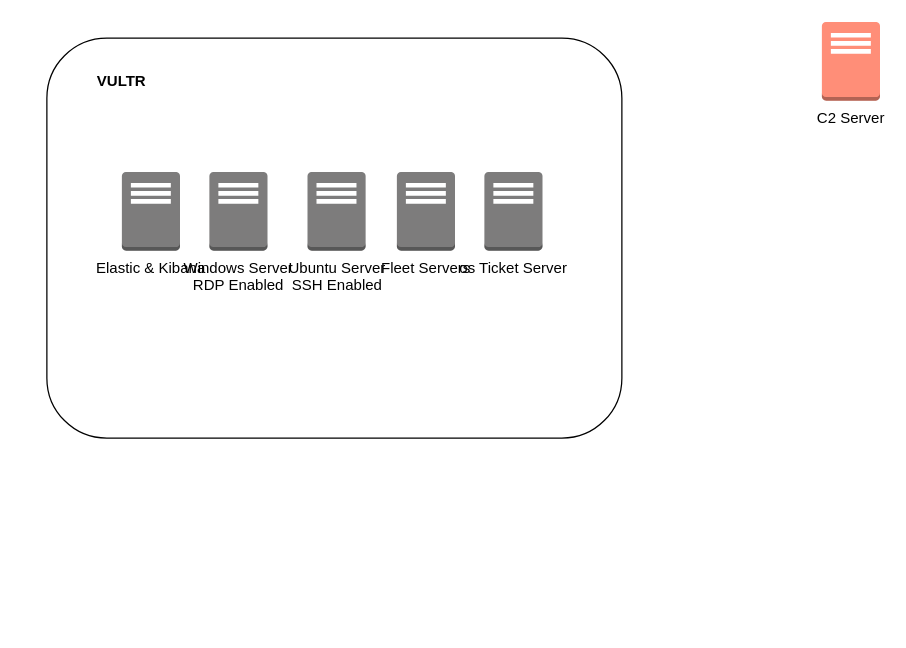
The draw.io diagram 30Day-MyDFIR-Diagram.drawio in GusGomez767/Draw.IOs, before the edit. Source tidied: cells renumbered, new cells numbered last; positions are measured from the earlier drawing's top-left corner, leaving out a move shared by most shapes. Both pictures are drawn from the tidied source at 125%, with x=0, y=0 at pixel (46, 21).
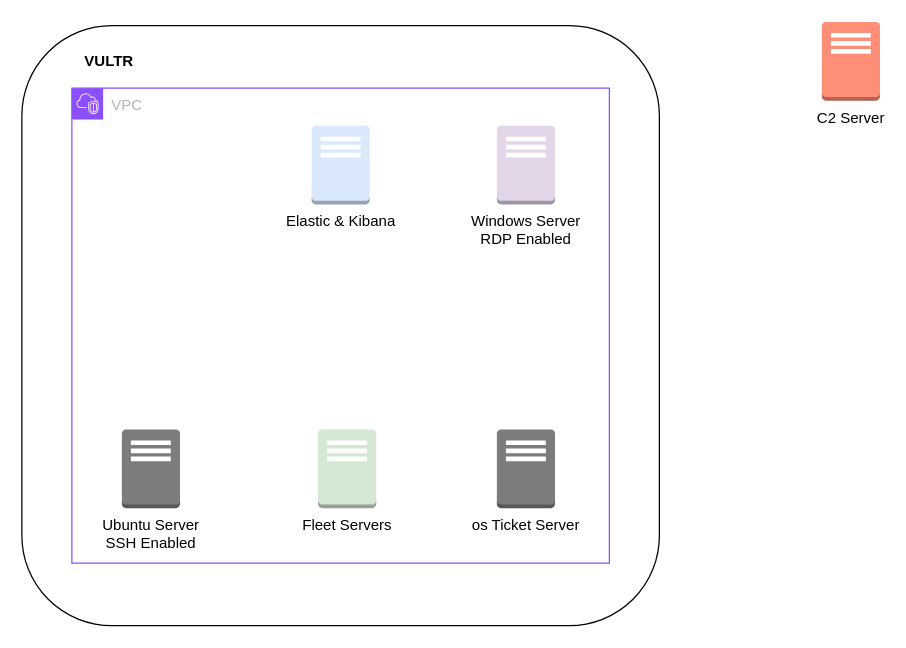
The same diagram, later.

Diff of the diagram source:
```diff
@@
 <mxGraphModel>
   <root>
     <mxCell id="0" />
     <mxCell id="1" parent="0" />
     <mxCell id="2" style="rounded=1;whiteSpace=wrap;html=1;" parent="1" vertex="1">
-      <mxGeometry y="13" width="460" height="320" as="geometry" />
+      <mxGeometry x="-20" y="3" width="510" height="480" as="geometry" />
     </mxCell>
-    <mxCell id="3" value="Fleet Servers" style="dashed=0;verticalLabelPosition=bottom;verticalAlign=top;align=center;html=1;shape=mxgraph.aws3.traditional_server;fillColor=#7D7C7C;gradientColor=none;" parent="1" vertex="1">
-      <mxGeometry x="280" y="120" width="46.5" height="63" as="geometry" />
+    <mxCell id="3" value="Fleet Servers" style="dashed=0;verticalLabelPosition=bottom;verticalAlign=top;align=center;html=1;shape=mxgraph.aws3.traditional_server;fillColor=#d5e8d4;strokeColor=#304226;" parent="1" vertex="1">
+      <mxGeometry x="217" y="326" width="46.5" height="63" as="geometry" />
     </mxCell>
-    <mxCell id="4" value="Ubuntu Server&lt;div&gt;SSH Enabled&lt;/div&gt;" style="dashed=0;verticalLabelPosition=bottom;verticalAlign=top;align=center;html=1;shape=mxgraph.aws3.traditional_server;fillColor=#7D7C7C;gradientColor=none;" parent="1" vertex="1">
-      <mxGeometry x="208.5" y="120" width="46.5" height="63" as="geometry" />
-    </mxCell>
-    <mxCell id="5" value="Windows Server&lt;div&gt;&lt;span style=&quot;background-color: initial;&quot;&gt;RDP Enabled&lt;/span&gt;&lt;/div&gt;" style="dashed=0;verticalLabelPosition=bottom;verticalAlign=top;align=center;html=1;shape=mxgraph.aws3.traditional_server;fillColor=#7D7C7C;gradientColor=none;" parent="1" vertex="1">
-      <mxGeometry x="130" y="120" width="46.5" height="63" as="geometry" />
+    <mxCell id="5" value="Windows Server&lt;div&gt;&lt;span style=&quot;background-color: initial;&quot;&gt;RDP Enabled&lt;/span&gt;&lt;/div&gt;" style="dashed=0;verticalLabelPosition=bottom;verticalAlign=top;align=center;html=1;shape=mxgraph.aws3.traditional_server;fillColor=#e1d5e7;strokeColor=#9673a6;" parent="1" vertex="1">
+      <mxGeometry x="360" y="83" width="46.5" height="63" as="geometry" />
     </mxCell>
+    <mxCell id="8" value="C2 Server" style="dashed=0;verticalLabelPosition=bottom;verticalAlign=top;align=center;html=1;shape=mxgraph.aws3.traditional_server;fillColor=#FF8E78;strokeColor=#d79b00;" parent="1" vertex="1">
+      <mxGeometry x="620" width="46.5" height="63" as="geometry" />
+    </mxCell>
+    <mxCell id="9" value="VULTR" style="text;html=1;align=center;verticalAlign=middle;whiteSpace=wrap;rounded=0;fontStyle=1;" parent="1" vertex="1">
+      <mxGeometry x="20" y="16.5" width="60" height="30" as="geometry" />
+    </mxCell>
+    <mxCell id="10" value="VPC" style="gradientColor=none;html=1;whiteSpace=wrap;fontSize=12;fontStyle=0;shape=mxgraph.aws4.group;grIcon=mxgraph.aws4.group_vpc2;strokeColor=#8C4FFF;fillColor=none;verticalAlign=top;align=left;spacingLeft=30;fontColor=#AAB7B8;dashed=0;" parent="1" vertex="1">
+      <mxGeometry x="20" y="53" width="430" height="380" as="geometry" />
+    </mxCell>
-    <mxCell id="6" value="Elastic &amp;amp; Kibana" style="dashed=0;verticalLabelPosition=bottom;verticalAlign=top;align=center;html=1;shape=mxgraph.aws3.traditional_server;fillColor=#7D7C7C;gradientColor=none;" parent="1" vertex="1">
-      <mxGeometry x="60" y="120" width="46.5" height="63" as="geometry" />
+    <mxCell id="6" value="Elastic &amp;amp; Kibana" style="dashed=0;verticalLabelPosition=bottom;verticalAlign=top;align=center;html=1;shape=mxgraph.aws3.traditional_server;fillColor=#dae8fc;strokeColor=#415573;" parent="10" vertex="1">
+      <mxGeometry x="191.8" y="30" width="46.5" height="63" as="geometry" />
     </mxCell>
-    <mxCell id="7" value="os Ticket Server" style="dashed=0;verticalLabelPosition=bottom;verticalAlign=top;align=center;html=1;shape=mxgraph.aws3.traditional_server;fillColor=#7D7C7C;gradientColor=none;" parent="1" vertex="1">
-      <mxGeometry x="350" y="120" width="46.5" height="63" as="geometry" />
+    <mxCell id="7" value="os Ticket Server" style="dashed=0;verticalLabelPosition=bottom;verticalAlign=top;align=center;html=1;shape=mxgraph.aws3.traditional_server;fillColor=#7D7C7C;gradientColor=none;" parent="10" vertex="1">
+      <mxGeometry x="340" y="273" width="46.5" height="63" as="geometry" />
     </mxCell>
-    <mxCell id="8" value="C2 Server" style="dashed=0;verticalLabelPosition=bottom;verticalAlign=top;align=center;html=1;shape=mxgraph.aws3.traditional_server;fillColor=#FF8E78;strokeColor=#d79b00;" parent="1" vertex="1">
-      <mxGeometry x="620" width="46.5" height="63" as="geometry" />
-    </mxCell>
-    <mxCell id="9" value="VULTR" style="text;html=1;align=center;verticalAlign=middle;whiteSpace=wrap;rounded=0;fontStyle=1;" parent="1" vertex="1">
-      <mxGeometry x="30" y="33" width="60" height="30" as="geometry" />
-    </mxCell>
+    <mxCell id="4" value="Ubuntu Server&lt;div&gt;SSH Enabled&lt;/div&gt;" style="dashed=0;verticalLabelPosition=bottom;verticalAlign=top;align=center;html=1;shape=mxgraph.aws3.traditional_server;fillColor=#7D7C7C;gradientColor=none;" parent="10" vertex="1">
+      <mxGeometry x="40" y="273" width="46.5" height="63" as="geometry" />
+    </mxCell>
   </root>
 </mxGraphModel>
```
